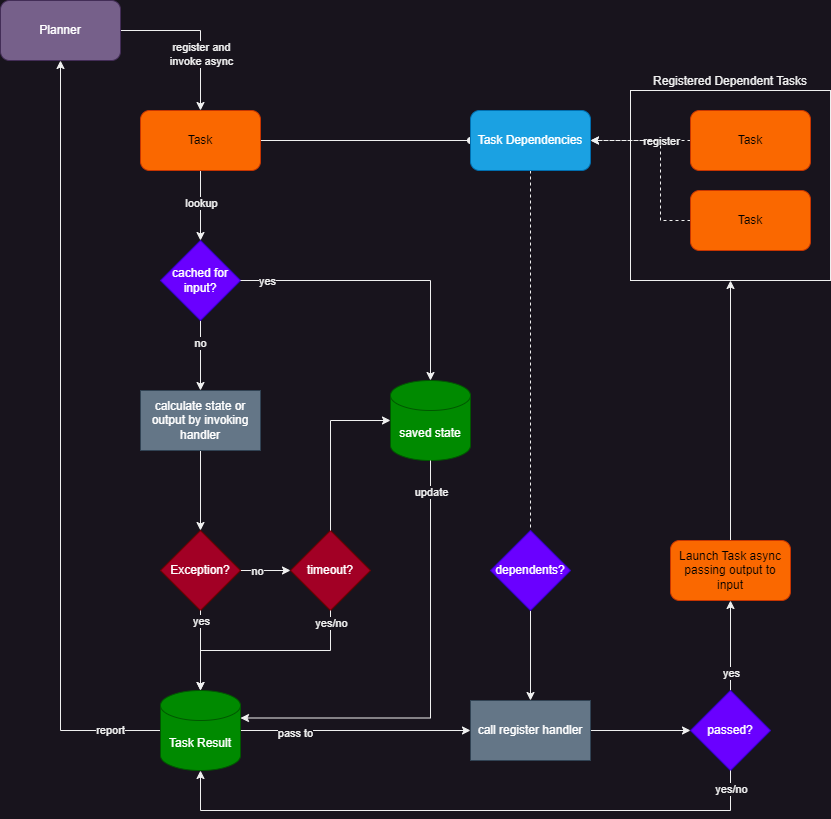
Before: docs/resources/task-flow.drawio.png, a diagram exported from draw.io (rarebreed/geas). Source tidied: cells renumbered, new cells last; positions are measured from the earlier drawing's top-left corner, leaving out a move shared by most shapes.
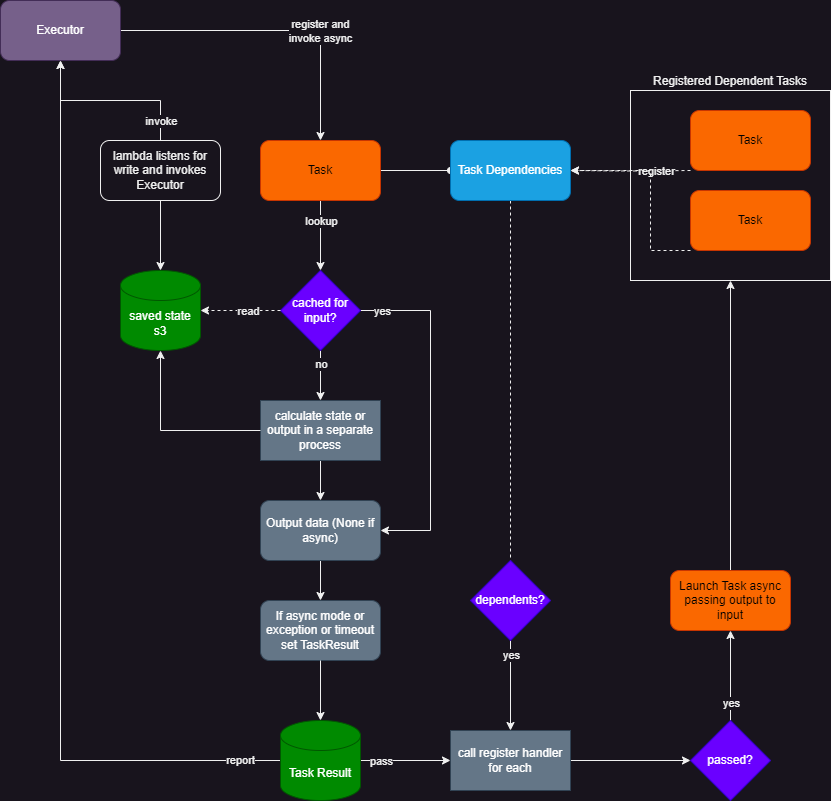
The same file after the commit.

Commit message:
Redesigned flow chart

Diff of the diagram source:
```diff
@@ -9,16 +9,20 @@
       <mxGeometry relative="1" as="geometry" />
     </mxCell>
     <mxCell id="4" value="lookup" style="edgeLabel;html=1;align=center;verticalAlign=middle;" parent="3" vertex="1">
-      <mxGeometry x="-0.09" relative="1" as="geometry" />
+      <mxGeometry x="-0.09" relative="1" as="geometry">
+        <mxPoint y="-12" as="offset" />
+      </mxGeometry>
     </mxCell>
     <mxCell id="5" style="edgeStyle=orthogonalEdgeStyle;rounded=0;jettySize=auto;html=1;exitX=1;exitY=0.5;exitDx=0;exitDy=0;entryX=0;entryY=0.5;entryDx=0;entryDy=0;endArrow=oval;endFill=1;" parent="1" edge="1" source="6" target="21">
       <mxGeometry relative="1" as="geometry" />
     </mxCell>
     <mxCell id="6" value="Task" style="rounded=1;whiteSpace=wrap;html=1;fillColor=#fa6800;fontColor=#000000;strokeColor=#C73500;" parent="1" vertex="1">
-      <mxGeometry x="140" y="110" width="120" height="60" as="geometry" />
+      <mxGeometry x="260" y="140" width="120" height="60" as="geometry" />
     </mxCell>
-    <mxCell id="7" style="edgeStyle=orthogonalEdgeStyle;rounded=0;jettySize=auto;html=1;exitX=0;exitY=0.5;exitDx=0;exitDy=0;entryX=1;entryY=0.5;entryDx=0;entryDy=0;dashed=1;" parent="1" edge="1" source="9" target="21">
-      <mxGeometry relative="1" as="geometry" />
+    <mxCell id="7" style="edgeStyle=orthogonalEdgeStyle;rounded=0;jettySize=auto;html=1;exitX=0;exitY=0.5;exitDx=0;exitDy=0;entryX=1;entryY=0.5;entryDx=0;entryDy=0;dashed=1;" parent="1" edge="1" target="21">
+      <mxGeometry relative="1" as="geometry">
+        <mxPoint x="690" y="170" as="sourcePoint" />
+      </mxGeometry>
     </mxCell>
     <mxCell id="8" value="register" style="edgeLabel;html=1;align=center;verticalAlign=middle;" parent="7" vertex="1">
       <mxGeometry x="-0.55" relative="1" as="geometry">
@@ -31,34 +35,32 @@
     <mxCell id="10" style="edgeStyle=orthogonalEdgeStyle;rounded=0;jettySize=auto;html=1;exitX=0.5;exitY=1;exitDx=0;exitDy=0;entryX=0.5;entryY=0;entryDx=0;entryDy=0;" parent="1" edge="1" source="12" target="39">
       <mxGeometry relative="1" as="geometry" />
     </mxCell>
-    <mxCell id="11" value="no" style="edgeLabel;html=1;align=center;verticalAlign=middle;" parent="10" vertex="1">
-      <mxGeometry x="-0.38" y="-1" relative="1" as="geometry" />
-    </mxCell>
+    <mxCell id="51" value="no" style="edgeLabel;html=1;align=center;verticalAlign=middle;" parent="10" vertex="1">
+      <mxGeometry x="-0.47" relative="1" as="geometry" />
+    </mxCell>
+    <mxCell id="52" style="edgeStyle=orthogonalEdgeStyle;rounded=0;jettySize=auto;html=1;exitX=1;exitY=0.5;exitDx=0;exitDy=0;entryX=1;entryY=0.5;entryDx=0;entryDy=0;" parent="1" edge="1" source="12" target="63">
+      <mxGeometry relative="1" as="geometry">
+        <Array as="points">
+          <mxPoint x="430" y="310" />
+          <mxPoint x="430" y="530" />
+        </Array>
+      </mxGeometry>
+    </mxCell>
+    <mxCell id="53" value="yes" style="edgeLabel;html=1;align=center;verticalAlign=middle;" parent="52" vertex="1">
+      <mxGeometry x="-0.88" relative="1" as="geometry" />
+    </mxCell>
     <mxCell id="12" value="cached for input?" style="rhombus;whiteSpace=wrap;html=1;fillColor=#6a00ff;fontColor=#ffffff;strokeColor=#3700CC;" parent="1" vertex="1">
-      <mxGeometry x="160" y="240" width="80" height="80" as="geometry" />
+      <mxGeometry x="280" y="270" width="80" height="80" as="geometry" />
     </mxCell>
-    <mxCell id="13" style="edgeStyle=orthogonalEdgeStyle;rounded=0;jettySize=auto;html=1;exitX=0.5;exitY=1;exitDx=0;exitDy=0;" parent="1" edge="1" source="39" target="30">
-      <mxGeometry relative="1" as="geometry" />
-    </mxCell>
-    <mxCell id="14" value="saved state" style="shape=cylinder3;whiteSpace=wrap;html=1;boundedLbl=1;backgroundOutline=1;size=15;fillColor=#008a00;fontColor=#ffffff;strokeColor=#005700;" parent="1" vertex="1">
-      <mxGeometry x="390" y="380" width="80" height="80" as="geometry" />
+    <mxCell id="14" value="saved state&lt;br&gt;s3" style="shape=cylinder3;whiteSpace=wrap;html=1;boundedLbl=1;backgroundOutline=1;size=15;fillColor=#008a00;fontColor=#ffffff;strokeColor=#005700;" parent="1" vertex="1">
+      <mxGeometry x="120" y="270" width="80" height="80" as="geometry" />
     </mxCell>
-    <mxCell id="15" style="edgeStyle=orthogonalEdgeStyle;rounded=0;jettySize=auto;html=1;exitX=1;exitY=0.5;exitDx=0;exitDy=0;entryX=0.5;entryY=0;entryDx=0;entryDy=0;entryPerimeter=0;" parent="1" edge="1" source="12" target="14">
-      <mxGeometry relative="1" as="geometry" />
-    </mxCell>
-    <mxCell id="16" value="yes" style="edgeLabel;html=1;align=center;verticalAlign=middle;" parent="15" vertex="1">
-      <mxGeometry x="-0.82" y="-2" relative="1" as="geometry">
-        <mxPoint y="-2" as="offset" />
-      </mxGeometry>
-    </mxCell>
-    <mxCell id="17" value="timeout?" style="rhombus;whiteSpace=wrap;html=1;fillColor=#a20025;fontColor=#ffffff;strokeColor=#6F0000;" parent="1" vertex="1">
-      <mxGeometry x="290" y="530" width="80" height="80" as="geometry" />
-    </mxCell>
-    <mxCell id="18" style="edgeStyle=orthogonalEdgeStyle;rounded=0;jettySize=auto;html=1;exitX=0;exitY=0.5;exitDx=0;exitDy=0;entryX=1;entryY=0.5;entryDx=0;entryDy=0;dashed=1;" parent="1" edge="1" source="19" target="21">
+    <mxCell id="18" style="edgeStyle=orthogonalEdgeStyle;rounded=0;jettySize=auto;html=1;exitX=0;exitY=0.5;exitDx=0;exitDy=0;entryX=1;entryY=0.5;entryDx=0;entryDy=0;dashed=1;" parent="1" edge="1" target="21">
       <mxGeometry relative="1" as="geometry">
+        <mxPoint x="690" y="250" as="sourcePoint" />
         <Array as="points">
-          <mxPoint x="660" y="220" />
-          <mxPoint x="660" y="140" />
+          <mxPoint x="650" y="250" />
+          <mxPoint x="650" y="170" />
         </Array>
       </mxGeometry>
     </mxCell>
@@ -69,42 +71,38 @@
       <mxGeometry relative="1" as="geometry" />
     </mxCell>
     <mxCell id="21" value="Task Dependencies" style="rounded=1;whiteSpace=wrap;html=1;fillColor=#1ba1e2;fontColor=#ffffff;strokeColor=#006EAF;" parent="1" vertex="1">
-      <mxGeometry x="470" y="110" width="120" height="60" as="geometry" />
+      <mxGeometry x="450" y="140" width="120" height="60" as="geometry" />
     </mxCell>
     <mxCell id="22" style="edgeStyle=orthogonalEdgeStyle;rounded=0;jettySize=auto;html=1;exitX=0.5;exitY=1;exitDx=0;exitDy=0;entryX=0.5;entryY=0;entryDx=0;entryDy=0;" parent="1" edge="1" source="23" target="38">
       <mxGeometry relative="1" as="geometry" />
     </mxCell>
+    <mxCell id="54" value="yes" style="edgeLabel;html=1;align=center;verticalAlign=middle;" parent="22" vertex="1">
+      <mxGeometry x="-0.68" relative="1" as="geometry" />
+    </mxCell>
     <mxCell id="23" value="dependents?" style="rhombus;whiteSpace=wrap;html=1;fillColor=#6a00ff;fontColor=#ffffff;strokeColor=#3700CC;" parent="1" vertex="1">
-      <mxGeometry x="490" y="530" width="80" height="80" as="geometry" />
+      <mxGeometry x="470" y="560" width="80" height="80" as="geometry" />
     </mxCell>
+    <mxCell id="26" value="report" style="edgeStyle=orthogonalEdgeStyle;rounded=0;jettySize=auto;html=1;exitX=0;exitY=0.5;exitDx=0;exitDy=0;exitPerimeter=0;" parent="1" edge="1" source="27" target="33">
+      <mxGeometry x="-0.91" relative="1" as="geometry" />
+    </mxCell>
     <mxCell id="24" style="edgeStyle=orthogonalEdgeStyle;rounded=0;jettySize=auto;html=1;exitX=1;exitY=0.5;exitDx=0;exitDy=0;exitPerimeter=0;entryX=0;entryY=0.5;entryDx=0;entryDy=0;" parent="1" edge="1" source="27" target="38">
       <mxGeometry relative="1" as="geometry" />
     </mxCell>
-    <mxCell id="25" value="pass to" style="edgeLabel;html=1;align=center;verticalAlign=middle;" parent="24" vertex="1">
-      <mxGeometry x="-0.53" y="-2" relative="1" as="geometry" />
-    </mxCell>
-    <mxCell id="26" value="report" style="edgeStyle=orthogonalEdgeStyle;rounded=0;jettySize=auto;html=1;exitX=0;exitY=0.5;exitDx=0;exitDy=0;exitPerimeter=0;" parent="1" edge="1" source="27" target="33">
-      <mxGeometry x="-0.87" relative="1" as="geometry" />
-    </mxCell>
+    <mxCell id="55" value="pass" style="edgeLabel;html=1;align=center;verticalAlign=middle;" parent="24" vertex="1">
+      <mxGeometry x="-0.71" relative="1" as="geometry">
+        <mxPoint x="7" as="offset" />
+      </mxGeometry>
+    </mxCell>
     <mxCell id="27" value="Task Result" style="shape=cylinder3;whiteSpace=wrap;html=1;boundedLbl=1;backgroundOutline=1;size=15;fillColor=#008a00;fontColor=#ffffff;strokeColor=#005700;" parent="1" vertex="1">
-      <mxGeometry x="160" y="690" width="80" height="80" as="geometry" />
+      <mxGeometry x="280" y="720" width="80" height="80" as="geometry" />
     </mxCell>
-    <mxCell id="28" style="edgeStyle=orthogonalEdgeStyle;rounded=0;jettySize=auto;html=1;exitX=1;exitY=0.5;exitDx=0;exitDy=0;entryX=0;entryY=0.5;entryDx=0;entryDy=0;" parent="1" edge="1" source="30" target="17">
-      <mxGeometry relative="1" as="geometry" />
-    </mxCell>
-    <mxCell id="29" value="no" style="edgeLabel;html=1;align=center;verticalAlign=middle;" parent="28" vertex="1">
-      <mxGeometry x="-0.38" relative="1" as="geometry" />
-    </mxCell>
-    <mxCell id="30" value="Exception?" style="rhombus;whiteSpace=wrap;html=1;fillColor=#a20025;fontColor=#ffffff;strokeColor=#6F0000;" parent="1" vertex="1">
-      <mxGeometry x="160" y="530" width="80" height="80" as="geometry" />
-    </mxCell>
     <mxCell id="31" style="edgeStyle=orthogonalEdgeStyle;rounded=0;jettySize=auto;html=1;exitX=1;exitY=0.5;exitDx=0;exitDy=0;" parent="1" edge="1" source="33" target="6">
       <mxGeometry relative="1" as="geometry" />
     </mxCell>
     <mxCell id="32" value="register and&lt;br&gt;invoke async" style="edgeLabel;html=1;align=center;verticalAlign=middle;" parent="31" vertex="1">
       <mxGeometry x="0.28" relative="1" as="geometry" />
     </mxCell>
-    <mxCell id="33" value="Planner" style="rounded=1;whiteSpace=wrap;html=1;fillColor=#76608a;fontColor=#ffffff;strokeColor=#432D57;" parent="1" vertex="1">
+    <mxCell id="33" value="Executor" style="rounded=1;whiteSpace=wrap;html=1;fillColor=#76608a;fontColor=#ffffff;strokeColor=#432D57;" parent="1" vertex="1">
       <mxGeometry width="120" height="60" as="geometry" />
     </mxCell>
     <mxCell id="34" style="edgeStyle=orthogonalEdgeStyle;rounded=0;jettySize=auto;html=1;exitX=0.5;exitY=0;exitDx=0;exitDy=0;entryX=0.5;entryY=1;entryDx=0;entryDy=0;" parent="1" edge="1" source="36" target="41">
@@ -114,56 +112,60 @@
       <mxGeometry x="-0.6" relative="1" as="geometry" />
     </mxCell>
     <mxCell id="36" value="passed?" style="rhombus;whiteSpace=wrap;html=1;fillColor=#6a00ff;fontColor=#ffffff;strokeColor=#3700CC;" parent="1" vertex="1">
-      <mxGeometry x="690" y="690" width="80" height="80" as="geometry" />
+      <mxGeometry x="690" y="720" width="80" height="80" as="geometry" />
     </mxCell>
     <mxCell id="37" style="edgeStyle=orthogonalEdgeStyle;rounded=0;jettySize=auto;html=1;exitX=1;exitY=0.5;exitDx=0;exitDy=0;entryX=0;entryY=0.5;entryDx=0;entryDy=0;" parent="1" edge="1" source="38" target="36">
       <mxGeometry relative="1" as="geometry" />
     </mxCell>
-    <mxCell id="38" value="call register handler" style="rounded=0;whiteSpace=wrap;html=1;fillColor=#647687;fontColor=#ffffff;strokeColor=#314354;" parent="1" vertex="1">
-      <mxGeometry x="470" y="700" width="120" height="60" as="geometry" />
+    <mxCell id="38" value="call register handler for each" style="rounded=0;whiteSpace=wrap;html=1;fillColor=#647687;fontColor=#ffffff;strokeColor=#314354;" parent="1" vertex="1">
+      <mxGeometry x="450" y="730" width="120" height="60" as="geometry" />
     </mxCell>
+    <mxCell id="56" style="edgeStyle=orthogonalEdgeStyle;rounded=0;jettySize=auto;html=1;exitX=0.5;exitY=1;exitDx=0;exitDy=0;entryX=0.5;entryY=0;entryDx=0;entryDy=0;" parent="1" edge="1" source="39" target="63">
+      <mxGeometry relative="1" as="geometry" />
+    </mxCell>
-    <mxCell id="39" value="calculate state or output by invoking handler" style="rounded=0;whiteSpace=wrap;html=1;fillColor=#647687;fontColor=#ffffff;strokeColor=#314354;" parent="1" vertex="1">
-      <mxGeometry x="140" y="390" width="120" height="60" as="geometry" />
+    <mxCell id="39" value="calculate state or output in a separate process" style="rounded=0;whiteSpace=wrap;html=1;fillColor=#647687;fontColor=#ffffff;strokeColor=#314354;" parent="1" vertex="1">
+      <mxGeometry x="260" y="400" width="120" height="60" as="geometry" />
     </mxCell>
     <mxCell id="40" style="edgeStyle=orthogonalEdgeStyle;rounded=0;jettySize=auto;html=1;exitX=0.5;exitY=0;exitDx=0;exitDy=0;entryX=0.5;entryY=1;entryDx=0;entryDy=0;" parent="1" edge="1" source="41" target="2">
       <mxGeometry relative="1" as="geometry" />
     </mxCell>
     <mxCell id="41" value="Launch Task async passing output to input" style="rounded=1;whiteSpace=wrap;html=1;fillColor=#fa6800;fontColor=#000000;strokeColor=#C73500;" parent="1" vertex="1">
-      <mxGeometry x="670" y="540" width="120" height="60" as="geometry" />
+      <mxGeometry x="670" y="570" width="120" height="60" as="geometry" />
     </mxCell>
-    <mxCell id="42" style="edgeStyle=orthogonalEdgeStyle;rounded=0;jettySize=auto;html=1;exitX=0.5;exitY=1;exitDx=0;exitDy=0;entryX=0.5;entryY=0;entryDx=0;entryDy=0;entryPerimeter=0;" parent="1" edge="1" source="30" target="27">
-      <mxGeometry relative="1" as="geometry" />
-    </mxCell>
-    <mxCell id="43" value="yes" style="edgeLabel;html=1;align=center;verticalAlign=middle;" parent="42" vertex="1">
-      <mxGeometry x="-0.81" relative="1" as="geometry">
-        <mxPoint y="2" as="offset" />
-      </mxGeometry>
-    </mxCell>
-    <mxCell id="44" style="edgeStyle=orthogonalEdgeStyle;rounded=0;jettySize=auto;html=1;exitX=0.5;exitY=1;exitDx=0;exitDy=0;entryX=0.5;entryY=0;entryDx=0;entryDy=0;entryPerimeter=0;" parent="1" edge="1" source="17" target="27">
-      <mxGeometry relative="1" as="geometry" />
-    </mxCell>
-    <mxCell id="45" value="yes/no" style="edgeLabel;html=1;align=center;verticalAlign=middle;" parent="44" vertex="1">
-      <mxGeometry x="-0.88" relative="1" as="geometry" />
-    </mxCell>
-    <mxCell id="46" style="edgeStyle=orthogonalEdgeStyle;rounded=0;jettySize=auto;html=1;exitX=0.5;exitY=1;exitDx=0;exitDy=0;entryX=0.5;entryY=1;entryDx=0;entryDy=0;entryPerimeter=0;" parent="1" edge="1" source="36" target="27">
-      <mxGeometry relative="1" as="geometry">
-        <Array as="points">
-          <mxPoint x="730" y="810" />
-          <mxPoint x="200" y="810" />
-        </Array>
-      </mxGeometry>
-    </mxCell>
-    <mxCell id="47" value="yes/no" style="edgeLabel;html=1;align=center;verticalAlign=middle;" parent="46" vertex="1">
-      <mxGeometry x="-0.94" relative="1" as="geometry" />
-    </mxCell>
-    <mxCell id="48" style="edgeStyle=orthogonalEdgeStyle;rounded=0;jettySize=auto;html=1;exitX=0.5;exitY=0;exitDx=0;exitDy=0;entryX=0;entryY=0.5;entryDx=0;entryDy=0;entryPerimeter=0;" parent="1" edge="1" source="17" target="14">
-      <mxGeometry relative="1" as="geometry" />
-    </mxCell>
-    <mxCell id="49" style="edgeStyle=orthogonalEdgeStyle;rounded=0;jettySize=auto;html=1;exitX=0.5;exitY=1;exitDx=0;exitDy=0;exitPerimeter=0;entryX=1;entryY=0;entryDx=0;entryDy=27.5;entryPerimeter=0;" parent="1" edge="1" source="14" target="27">
-      <mxGeometry relative="1" as="geometry" />
-    </mxCell>
-    <mxCell id="50" value="update" style="edgeLabel;html=1;align=center;verticalAlign=middle;" parent="49" vertex="1">
-      <mxGeometry x="-0.86" relative="1" as="geometry" />
-    </mxCell>
+    <mxCell id="57" style="edgeStyle=orthogonalEdgeStyle;rounded=0;jettySize=auto;html=1;exitX=0.5;exitY=0;exitDx=0;exitDy=0;entryX=0.5;entryY=1;entryDx=0;entryDy=0;" parent="1" edge="1" source="59" target="33">
+      <mxGeometry relative="1" as="geometry" />
+    </mxCell>
+    <mxCell id="58" value="invoke" style="edgeLabel;html=1;align=center;verticalAlign=middle;" parent="57" vertex="1">
+      <mxGeometry x="-0.78" relative="1" as="geometry" />
+    </mxCell>
+    <mxCell id="59" value="lambda listens for write and invokes Executor" style="rounded=1;whiteSpace=wrap;html=1;" parent="1" vertex="1">
+      <mxGeometry x="100" y="140" width="120" height="60" as="geometry" />
+    </mxCell>
+    <mxCell id="60" style="edgeStyle=orthogonalEdgeStyle;rounded=0;jettySize=auto;html=1;exitX=0.5;exitY=1;exitDx=0;exitDy=0;entryX=0.5;entryY=0;entryDx=0;entryDy=0;entryPerimeter=0;" parent="1" edge="1" source="59" target="14">
+      <mxGeometry relative="1" as="geometry" />
+    </mxCell>
+    <mxCell id="61" value="If async mode or exception or timeout set TaskResult" style="rounded=1;whiteSpace=wrap;html=1;fillColor=#647687;fontColor=#ffffff;strokeColor=#314354;" parent="1" vertex="1">
+      <mxGeometry x="260" y="600" width="120" height="60" as="geometry" />
+    </mxCell>
+    <mxCell id="62" style="edgeStyle=orthogonalEdgeStyle;rounded=0;jettySize=auto;html=1;exitX=0.5;exitY=1;exitDx=0;exitDy=0;entryX=0.5;entryY=0;entryDx=0;entryDy=0;" parent="1" edge="1" source="63" target="61">
+      <mxGeometry relative="1" as="geometry" />
+    </mxCell>
+    <mxCell id="63" value="Output data (None if async)" style="rounded=1;whiteSpace=wrap;html=1;fillColor=#647687;fontColor=#ffffff;strokeColor=#314354;" parent="1" vertex="1">
+      <mxGeometry x="260" y="500" width="120" height="60" as="geometry" />
+    </mxCell>
+    <mxCell id="64" style="edgeStyle=orthogonalEdgeStyle;rounded=0;jettySize=auto;html=1;exitX=0;exitY=0.5;exitDx=0;exitDy=0;entryX=0.5;entryY=1;entryDx=0;entryDy=0;entryPerimeter=0;" parent="1" edge="1" source="39" target="14">
+      <mxGeometry relative="1" as="geometry" />
+    </mxCell>
+    <mxCell id="15" style="edgeStyle=orthogonalEdgeStyle;rounded=0;jettySize=auto;html=1;exitX=0;exitY=0.5;exitDx=0;exitDy=0;entryX=1;entryY=0.5;entryDx=0;entryDy=0;entryPerimeter=0;dashed=1;" parent="1" edge="1" source="12" target="14">
+      <mxGeometry relative="1" as="geometry" />
+    </mxCell>
+    <mxCell id="65" value="read" style="edgeLabel;html=1;align=center;verticalAlign=middle;" parent="15" vertex="1">
+      <mxGeometry x="-0.18" y="2" relative="1" as="geometry">
+        <mxPoint y="-2" as="offset" />
+      </mxGeometry>
+    </mxCell>
+    <mxCell id="66" style="edgeStyle=orthogonalEdgeStyle;rounded=0;jettySize=auto;html=1;exitX=0.5;exitY=1;exitDx=0;exitDy=0;entryX=0.5;entryY=0;entryDx=0;entryDy=0;entryPerimeter=0;" parent="1" edge="1" source="61" target="27">
+      <mxGeometry relative="1" as="geometry" />
+    </mxCell>
   </root>
 </mxGraphModel>
```
